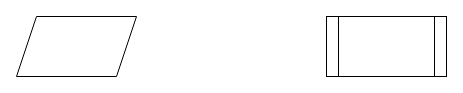
Above: page "Exemplo ELB-3" (3 of 3) of ElasticLoadBalance/ArquiteturaELB.drawio in ferhmdiogo/arquiteturasaws (draw.io), before the change. Source tidied: cells renumbered, new cells numbered last; positions are measured from the earlier drawing's top-left corner, leaving out a move shared by most shapes. Both pictures are drawn from the tidied source at 100%, with x=0, y=0 at pixel (16, 16).
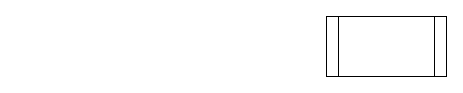
The same page after the edit.

Commit message:
Alteração de Desenho

What changed in the source:
```diff
@@
 <mxGraphModel>
   <root>
     <mxCell id="0" />
     <mxCell id="1" parent="0" />
-    <mxCell id="2" style="shape=parallelogram;perimeter=parallelogramPerimeter;whiteSpace=wrap;html=1;fixedSize=1;" parent="1" vertex="1">
-      <mxGeometry width="120" height="60" as="geometry" />
-    </mxCell>
     <mxCell id="3" style="shape=process;whiteSpace=wrap;html=1;backgroundOutline=1;" parent="1" vertex="1">
       <mxGeometry x="310" width="120" height="60" as="geometry" />
     </mxCell>
   </root>
 </mxGraphModel>
```
